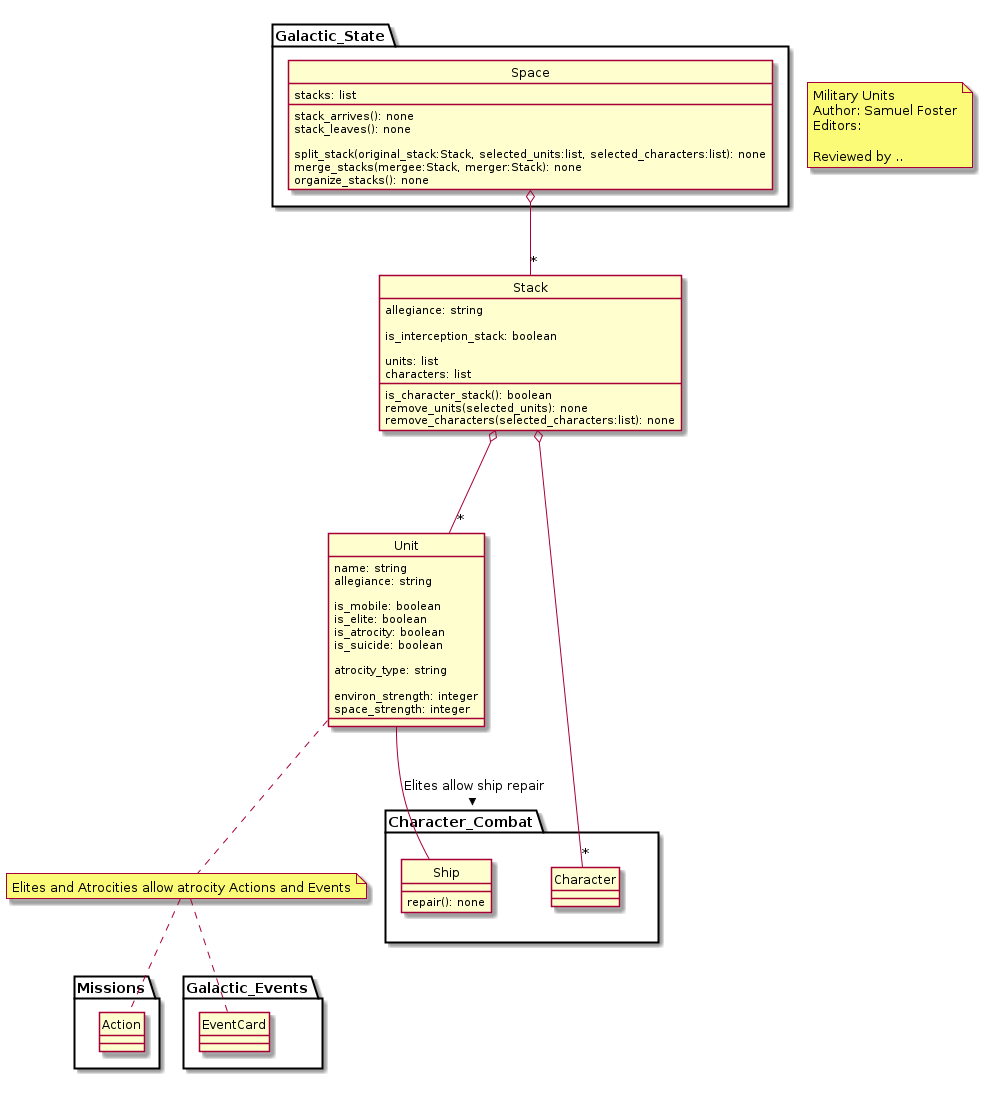
Before: military_combat/military_units_and_combat.png, a diagram exported from PlantUML (ui-cs383/Class-Diagrams).
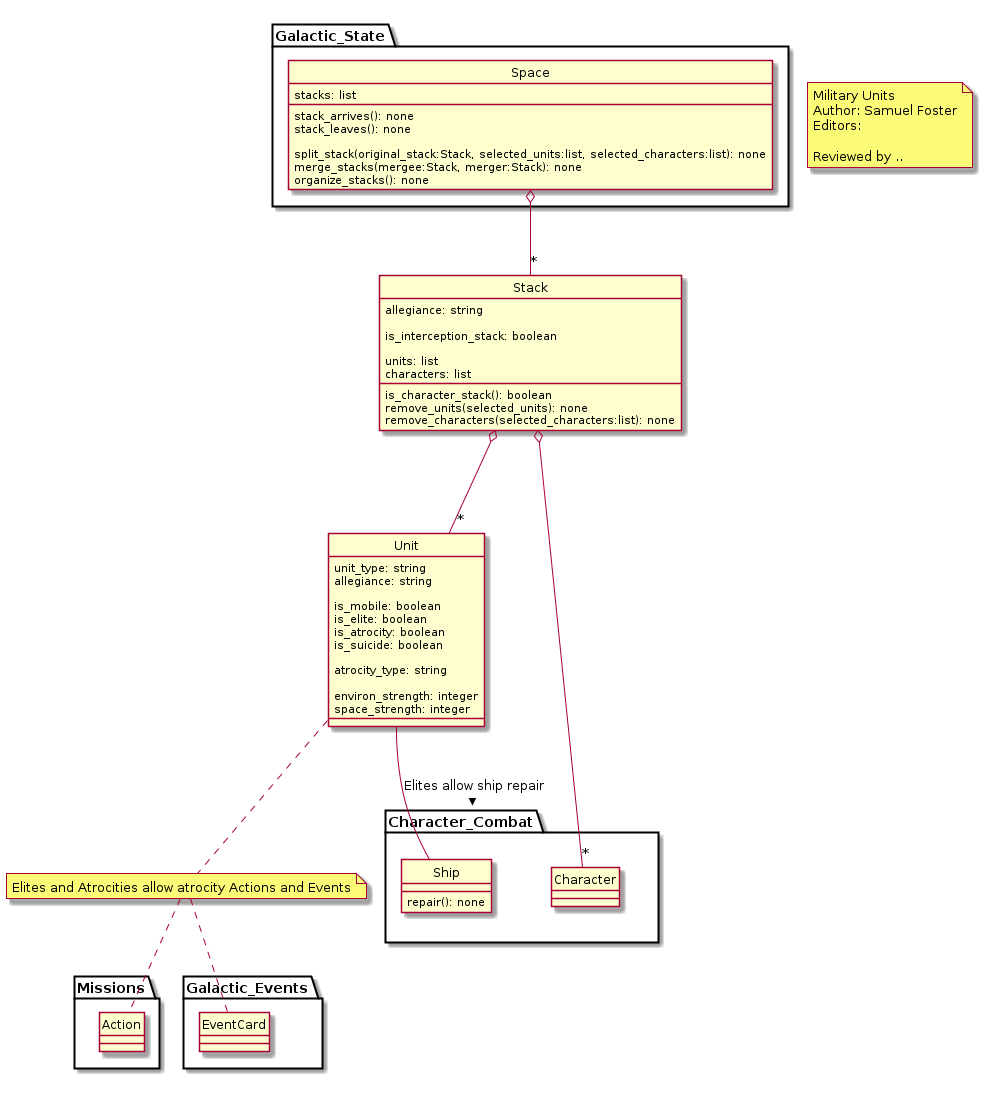
After the change.

Commit message:
Changed name to unit_type for clarity

Change to the diagram source:
```diff
@@ -22,7 +22,7 @@
 }
 
 class Unit {
- name: string
+ unit_type: string
  allegiance: string
 
  is_mobile: boolean
```
